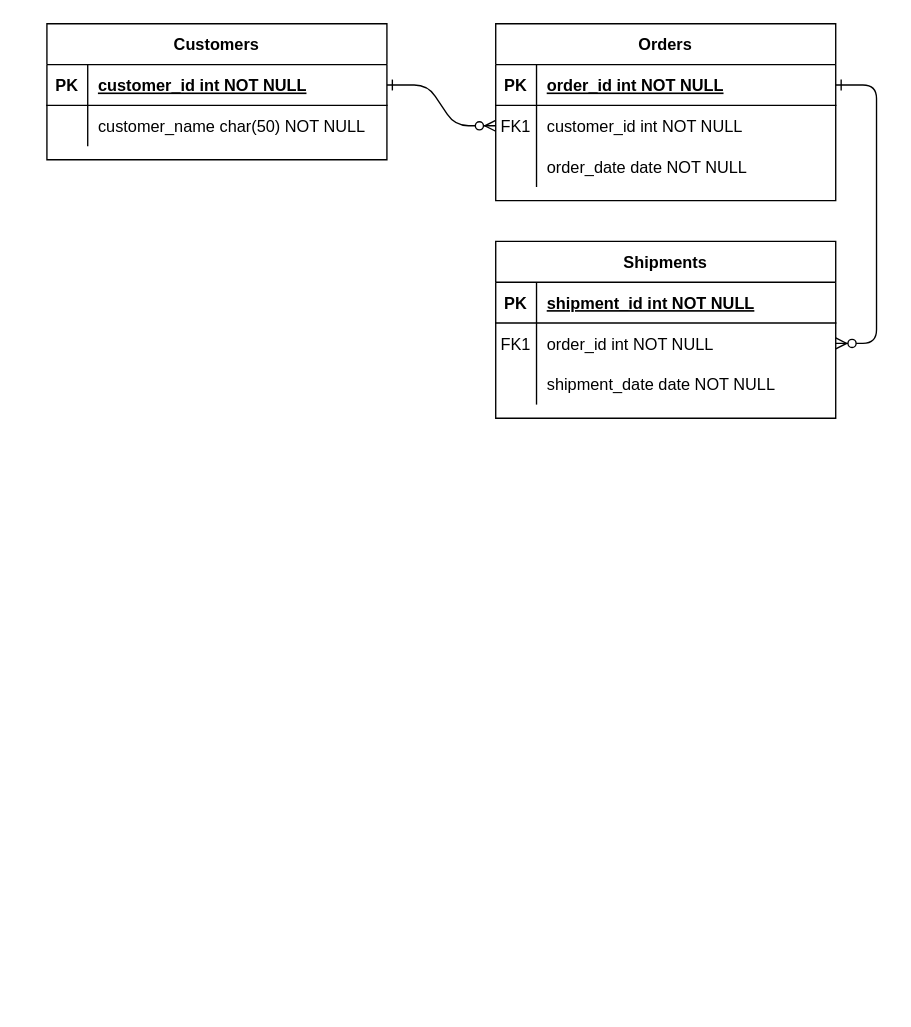
The draw.io diagram week2.drawio in GreenFella/databaseclass, before the edit. Source tidied: cells renumbered, new cells numbered last; positions are measured from the earlier drawing's top-left corner, leaving out a move shared by most shapes. Both pictures are drawn from the tidied source at 136%, with x=0, y=0 at pixel (46, 23).
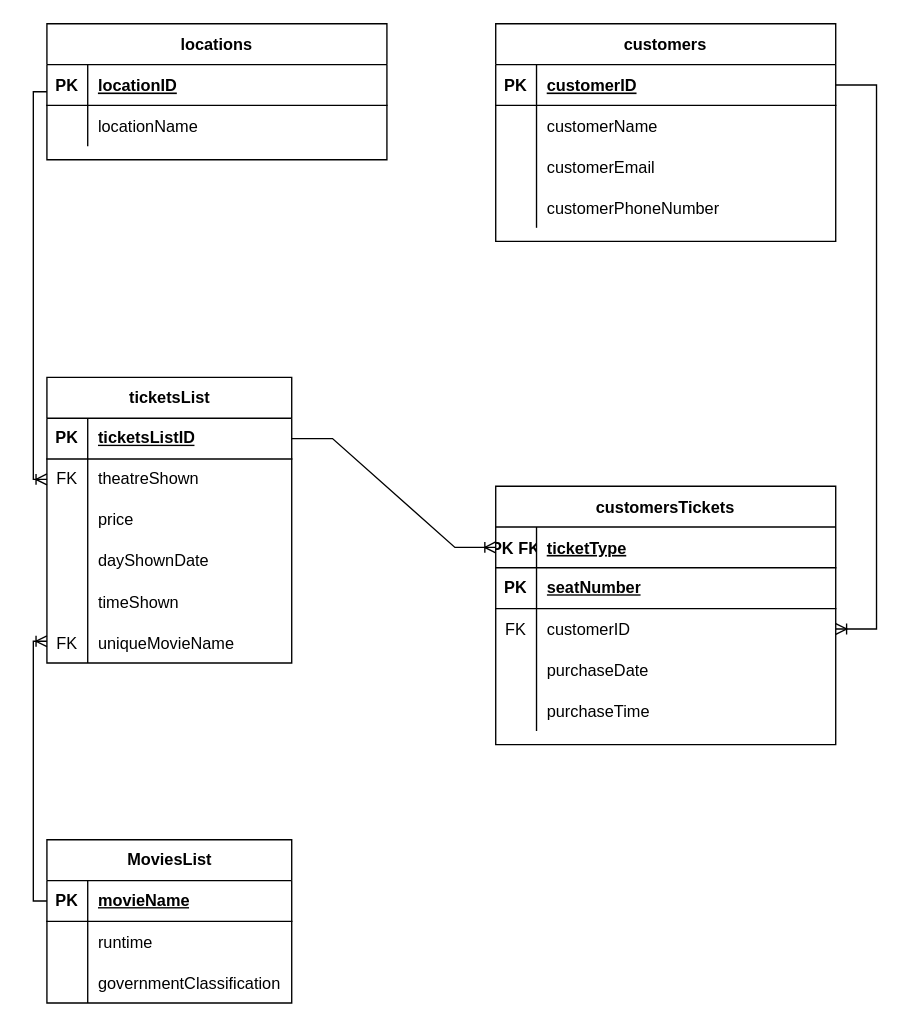
The same page after the edit.

Unchanged cells that the change refers to:
```xml
<mxCell id="5" style="shape=partialRectangle;fillColor=none;points=[[0,0.5],[1,0.5]];portConstraint=eastwest;top=0;left=0;right=0;bottom=1;" parent="4" vertex="1">
  <mxGeometry y="30" width="250" height="30" as="geometry" />
</mxCell>
<mxCell id="8" style="shape=partialRectangle;fillColor=none;points=[[0,0.5],[1,0.5]];portConstraint=eastwest;top=0;left=0;right=0;bottom=0;" parent="4" vertex="1">
  <mxGeometry y="60" width="250" height="30" as="geometry" />
</mxCell>
<mxCell id="11" style="shape=partialRectangle;fillColor=none;top=0;left=0;right=0;bottom=0;" parent="4" vertex="1">
  <mxGeometry y="90" width="250" height="30" as="geometry" />
</mxCell>
<mxCell id="15" style="shape=partialRectangle;fillColor=none;points=[[0,0.5],[1,0.5]];portConstraint=eastwest;top=0;left=0;right=0;bottom=1;" parent="14" vertex="1">
  <mxGeometry y="30" width="250" height="30" as="geometry" />
</mxCell>
<mxCell id="25" style="shape=partialRectangle;fillColor=none;points=[[0,0.5],[1,0.5]];portConstraint=eastwest;top=0;left=0;right=0;bottom=1;" parent="24" vertex="1">
  <mxGeometry y="30" width="250" height="30" as="geometry" />
</mxCell>
<mxCell id="28" style="shape=partialRectangle;fillColor=none;top=0;left=0;right=0;bottom=0;" parent="24" vertex="1">
  <mxGeometry y="60" width="250" height="30" as="geometry" />
</mxCell>
```

What changed in the source:
```diff
@@
-    <mxCell id="2" style="edgeStyle=entityRelationEdgeStyle;endArrow=ERzeroToMany;startArrow=ERone;endFill=1;startFill=0;" parent="1" edge="1" source="25" target="8">
-      <mxGeometry relative="1" as="geometry" />
-    </mxCell>
-    <mxCell id="3" style="edgeStyle=entityRelationEdgeStyle;endArrow=ERzeroToMany;startArrow=ERone;endFill=1;startFill=0;" parent="1" edge="1" source="5" target="18">
-      <mxGeometry relative="1" as="geometry" />
-    </mxCell>
-    <mxCell id="4" value="Orders" style="shape=table;startSize=30;childLayout=tableLayout;rowLines=0;fontStyle=1;align=center;" parent="1" vertex="1">
-      <mxGeometry x="330" width="250" height="130" as="geometry" />
+    <mxCell id="4" value="customers" style="shape=table;startSize=30;childLayout=tableLayout;rowLines=0;fontStyle=1;align=center;" parent="1" vertex="1">
+      <mxGeometry x="330" width="250" height="160" as="geometry" />
     </mxCell>
@@
-    <mxCell id="7" value="order_id int NOT NULL " style="shape=partialRectangle;overflow=hidden;fillColor=none;top=0;left=0;bottom=0;right=0;align=left;spacingLeft=6;fontStyle=5;" parent="5" vertex="1">
+    <mxCell id="7" value="customerID" style="shape=partialRectangle;overflow=hidden;fillColor=none;top=0;left=0;bottom=0;right=0;align=left;spacingLeft=6;fontStyle=5;" parent="5" vertex="1">
       <mxGeometry x="30" width="220" height="30" as="geometry" />
     </mxCell>
@@
-    <mxCell id="9" value="FK1" style="shape=partialRectangle;overflow=hidden;fillColor=none;top=0;left=0;bottom=0;right=0;" parent="8" vertex="1">
+    <mxCell id="9" style="shape=partialRectangle;overflow=hidden;fillColor=none;top=0;left=0;bottom=0;right=0;" parent="8" vertex="1">
       <mxGeometry width="30" height="30" as="geometry" />
     </mxCell>
-    <mxCell id="10" value="customer_id int NOT NULL" style="shape=partialRectangle;overflow=hidden;fillColor=none;top=0;left=0;bottom=0;right=0;align=left;spacingLeft=6;" parent="8" vertex="1">
+    <mxCell id="10" value="customerName" style="shape=partialRectangle;overflow=hidden;fillColor=none;top=0;left=0;bottom=0;right=0;align=left;spacingLeft=6;" parent="8" vertex="1">
       <mxGeometry x="30" width="220" height="30" as="geometry" />
     </mxCell>
@@
-    <mxCell id="13" value="order_date date NOT NULL" style="shape=partialRectangle;overflow=hidden;fillColor=none;top=0;left=0;bottom=0;right=0;align=left;spacingLeft=6;" parent="11" vertex="1">
+    <mxCell id="13" value="customerEmail" style="shape=partialRectangle;overflow=hidden;fillColor=none;top=0;left=0;bottom=0;right=0;align=left;spacingLeft=6;" parent="11" vertex="1">
       <mxGeometry x="30" width="220" height="30" as="geometry" />
     </mxCell>
+    <mxCell id="31" style="shape=tableRow;horizontal=0;startSize=0;swimlaneHead=0;swimlaneBody=0;fillColor=none;top=0;left=0;right=0;bottom=0;" parent="4" vertex="1">
+      <mxGeometry y="120" width="250" height="30" as="geometry" />
+    </mxCell>
+    <mxCell id="32" style="shape=partialRectangle;fillColor=none;top=0;left=0;bottom=0;right=0;overflow=hidden;" parent="31" vertex="1">
+      <mxGeometry width="30" height="30" as="geometry" />
+    </mxCell>
+    <mxCell id="33" value="customerPhoneNumber" style="shape=partialRectangle;fillColor=none;top=0;left=0;bottom=0;right=0;align=left;spacingLeft=6;overflow=hidden;" parent="31" vertex="1">
+      <mxGeometry x="30" width="220" height="30" as="geometry" />
+    </mxCell>
-    <mxCell id="14" value="Shipments" style="shape=table;startSize=30;childLayout=tableLayout;rowLines=0;fontStyle=1;align=center;" parent="1" vertex="1">
-      <mxGeometry x="330" y="160" width="250" height="130" as="geometry" />
+    <mxCell id="14" value="customersTickets" style="shape=table;startSize=30;childLayout=tableLayout;rowLines=0;fontStyle=1;align=center;" parent="1" vertex="1">
+      <mxGeometry x="330" y="340" width="250" height="190" as="geometry" />
     </mxCell>
@@
-    <mxCell id="16" value="PK" style="shape=partialRectangle;overflow=hidden;fillColor=none;top=0;left=0;bottom=0;right=0;fontStyle=1;" parent="15" vertex="1">
+    <mxCell id="16" value="PK FK" style="shape=partialRectangle;overflow=hidden;fillColor=none;top=0;left=0;bottom=0;right=0;fontStyle=1;" parent="15" vertex="1">
       <mxGeometry width="30" height="30" as="geometry" />
     </mxCell>
-    <mxCell id="17" value="shipment_id int NOT NULL " style="shape=partialRectangle;overflow=hidden;fillColor=none;top=0;left=0;bottom=0;right=0;align=left;spacingLeft=6;fontStyle=5;" parent="15" vertex="1">
+    <mxCell id="17" value="ticketType" style="shape=partialRectangle;overflow=hidden;fillColor=none;top=0;left=0;bottom=0;right=0;align=left;spacingLeft=6;fontStyle=5;" parent="15" vertex="1">
       <mxGeometry x="30" width="220" height="30" as="geometry" />
     </mxCell>
+    <mxCell id="34" style="shape=tableRow;horizontal=0;startSize=0;swimlaneHead=0;swimlaneBody=0;fillColor=none;top=0;left=0;right=0;bottom=1;" parent="14" vertex="1">
+      <mxGeometry y="60" width="250" height="30" as="geometry" />
+    </mxCell>
+    <mxCell id="35" value="PK" style="shape=partialRectangle;fillColor=none;top=0;left=0;bottom=0;right=0;fontStyle=1;overflow=hidden;whiteSpace=wrap;html=1;" parent="34" vertex="1">
+      <mxGeometry width="30" height="30" as="geometry" />
+    </mxCell>
+    <mxCell id="36" value="seatNumber" style="shape=partialRectangle;fillColor=none;top=0;left=0;bottom=0;right=0;align=left;spacingLeft=6;fontStyle=5;overflow=hidden;whiteSpace=wrap;html=1;" parent="34" vertex="1">
+      <mxGeometry x="30" width="220" height="30" as="geometry" />
+    </mxCell>
     <mxCell id="18" style="shape=partialRectangle;fillColor=none;points=[[0,0.5],[1,0.5]];portConstraint=eastwest;top=0;left=0;right=0;bottom=0;" parent="14" vertex="1">
-      <mxGeometry y="60" width="250" height="30" as="geometry" />
+      <mxGeometry y="90" width="250" height="30" as="geometry" />
     </mxCell>
-    <mxCell id="19" value="FK1" style="shape=partialRectangle;overflow=hidden;fillColor=none;top=0;left=0;bottom=0;right=0;" parent="18" vertex="1">
+    <mxCell id="19" value="FK" style="shape=partialRectangle;overflow=hidden;fillColor=none;top=0;left=0;bottom=0;right=0;" parent="18" vertex="1">
       <mxGeometry width="30" height="30" as="geometry" />
     </mxCell>
-    <mxCell id="20" value="order_id int NOT NULL" style="shape=partialRectangle;overflow=hidden;fillColor=none;top=0;left=0;bottom=0;right=0;align=left;spacingLeft=6;" parent="18" vertex="1">
+    <mxCell id="20" value="customerID" style="shape=partialRectangle;overflow=hidden;fillColor=none;top=0;left=0;bottom=0;right=0;align=left;spacingLeft=6;" parent="18" vertex="1">
       <mxGeometry x="30" width="220" height="30" as="geometry" />
     </mxCell>
     <mxCell id="21" style="shape=partialRectangle;fillColor=none;top=0;left=0;right=0;bottom=0;" parent="14" vertex="1">
-      <mxGeometry y="90" width="250" height="30" as="geometry" />
+      <mxGeometry y="120" width="250" height="30" as="geometry" />
     </mxCell>
@@
-    <mxCell id="23" value="shipment_date date NOT NULL" style="shape=partialRectangle;overflow=hidden;fillColor=none;top=0;left=0;bottom=0;right=0;align=left;spacingLeft=6;" parent="21" vertex="1">
+    <mxCell id="23" value="purchaseDate" style="shape=partialRectangle;overflow=hidden;fillColor=none;top=0;left=0;bottom=0;right=0;align=left;spacingLeft=6;" parent="21" vertex="1">
       <mxGeometry x="30" width="220" height="30" as="geometry" />
     </mxCell>
+    <mxCell id="37" style="shape=tableRow;horizontal=0;startSize=0;swimlaneHead=0;swimlaneBody=0;fillColor=none;top=0;left=0;right=0;bottom=0;" parent="14" vertex="1">
+      <mxGeometry y="150" width="250" height="30" as="geometry" />
+    </mxCell>
+    <mxCell id="38" style="shape=partialRectangle;fillColor=none;top=0;left=0;bottom=0;right=0;overflow=hidden;" parent="37" vertex="1">
+      <mxGeometry width="30" height="30" as="geometry" />
+    </mxCell>
+    <mxCell id="39" value="purchaseTime" style="shape=partialRectangle;fillColor=none;top=0;left=0;bottom=0;right=0;align=left;spacingLeft=6;overflow=hidden;" parent="37" vertex="1">
+      <mxGeometry x="30" width="220" height="30" as="geometry" />
+    </mxCell>
-    <mxCell id="24" value="Customers" style="shape=table;startSize=30;childLayout=tableLayout;rowLines=0;fontStyle=1;align=center;" parent="1" vertex="1">
+    <mxCell id="24" value="locations" style="shape=table;startSize=30;childLayout=tableLayout;rowLines=0;fontStyle=1;align=center;" parent="1" vertex="1">
       <mxGeometry width="250" height="100" as="geometry" />
     </mxCell>
@@
-    <mxCell id="27" value="customer_id int NOT NULL " style="shape=partialRectangle;overflow=hidden;fillColor=none;top=0;left=0;bottom=0;right=0;align=left;spacingLeft=6;fontStyle=5;" parent="25" vertex="1">
+    <mxCell id="27" value="locationID" style="shape=partialRectangle;overflow=hidden;fillColor=none;top=0;left=0;bottom=0;right=0;align=left;spacingLeft=6;fontStyle=5;" parent="25" vertex="1">
       <mxGeometry x="30" width="220" height="30" as="geometry" />
     </mxCell>
@@
-    <mxCell id="30" value="customer_name char(50) NOT NULL" style="shape=partialRectangle;overflow=hidden;fillColor=none;top=0;left=0;bottom=0;right=0;align=left;spacingLeft=6;" parent="28" vertex="1">
+    <mxCell id="30" value="locationName" style="shape=partialRectangle;overflow=hidden;fillColor=none;top=0;left=0;bottom=0;right=0;align=left;spacingLeft=6;" parent="28" vertex="1">
       <mxGeometry x="30" width="220" height="30" as="geometry" />
     </mxCell>
+    <mxCell id="40" value="ticketsList" style="shape=table;startSize=30;childLayout=tableLayout;rowLines=0;fontStyle=1;align=center;html=1;" parent="1" vertex="1">
+      <mxGeometry y="260" width="180" height="210" as="geometry" />
+    </mxCell>
+    <mxCell id="41" style="shape=tableRow;horizontal=0;startSize=0;swimlaneHead=0;swimlaneBody=0;fillColor=none;points=[[0,0.5],[1,0.5]];portConstraint=eastwest;top=0;left=0;right=0;bottom=1;" parent="40" vertex="1">
+      <mxGeometry y="30" width="180" height="30" as="geometry" />
+    </mxCell>
+    <mxCell id="42" value="PK" style="shape=partialRectangle;fillColor=none;top=0;left=0;bottom=0;right=0;fontStyle=1;overflow=hidden;whiteSpace=wrap;html=1;" parent="41" vertex="1">
+      <mxGeometry width="30" height="30" as="geometry" />
+    </mxCell>
+    <mxCell id="43" value="ticketsListID" style="shape=partialRectangle;fillColor=none;top=0;left=0;bottom=0;right=0;align=left;spacingLeft=6;fontStyle=5;overflow=hidden;whiteSpace=wrap;html=1;" parent="41" vertex="1">
+      <mxGeometry x="30" width="150" height="30" as="geometry" />
+    </mxCell>
+    <mxCell id="44" style="shape=tableRow;horizontal=0;startSize=0;swimlaneHead=0;swimlaneBody=0;fillColor=none;points=[[0,0.5],[1,0.5]];portConstraint=eastwest;top=0;left=0;right=0;bottom=0;" parent="40" vertex="1">
+      <mxGeometry y="60" width="180" height="30" as="geometry" />
+    </mxCell>
+    <mxCell id="45" value="FK" style="shape=partialRectangle;fillColor=none;top=0;left=0;bottom=0;right=0;fontStyle=0;overflow=hidden;whiteSpace=wrap;html=1;" parent="44" vertex="1">
+      <mxGeometry width="30" height="30" as="geometry" />
+    </mxCell>
+    <mxCell id="46" value="theatreShown" style="shape=partialRectangle;fillColor=none;top=0;left=0;bottom=0;right=0;align=left;spacingLeft=6;fontStyle=0;overflow=hidden;whiteSpace=wrap;html=1;" parent="44" vertex="1">
+      <mxGeometry x="30" width="150" height="30" as="geometry" />
+    </mxCell>
+    <mxCell id="47" style="shape=tableRow;horizontal=0;startSize=0;swimlaneHead=0;swimlaneBody=0;fillColor=none;top=0;left=0;right=0;bottom=0;" parent="40" vertex="1">
+      <mxGeometry y="90" width="180" height="30" as="geometry" />
+    </mxCell>
+    <mxCell id="48" style="shape=partialRectangle;fillColor=none;top=0;left=0;bottom=0;right=0;overflow=hidden;whiteSpace=wrap;html=1;" parent="47" vertex="1">
+      <mxGeometry width="30" height="30" as="geometry" />
+    </mxCell>
+    <mxCell id="49" value="price" style="shape=partialRectangle;fillColor=none;top=0;left=0;bottom=0;right=0;align=left;spacingLeft=6;overflow=hidden;whiteSpace=wrap;html=1;" parent="47" vertex="1">
+      <mxGeometry x="30" width="150" height="30" as="geometry" />
+    </mxCell>
+    <mxCell id="50" style="shape=tableRow;horizontal=0;startSize=0;swimlaneHead=0;swimlaneBody=0;fillColor=none;top=0;left=0;right=0;bottom=0;" parent="40" vertex="1">
+      <mxGeometry y="120" width="180" height="30" as="geometry" />
+    </mxCell>
+    <mxCell id="51" style="shape=partialRectangle;fillColor=none;top=0;left=0;bottom=0;right=0;overflow=hidden;whiteSpace=wrap;html=1;" parent="50" vertex="1">
+      <mxGeometry width="30" height="30" as="geometry" />
+    </mxCell>
+    <mxCell id="52" value="dayShownDate" style="shape=partialRectangle;fillColor=none;top=0;left=0;bottom=0;right=0;align=left;spacingLeft=6;overflow=hidden;whiteSpace=wrap;html=1;" parent="50" vertex="1">
+      <mxGeometry x="30" width="150" height="30" as="geometry" />
+    </mxCell>
+    <mxCell id="53" style="shape=tableRow;horizontal=0;startSize=0;swimlaneHead=0;swimlaneBody=0;fillColor=none;top=0;left=0;right=0;bottom=0;" parent="40" vertex="1">
+      <mxGeometry y="150" width="180" height="30" as="geometry" />
+    </mxCell>
+    <mxCell id="54" style="shape=partialRectangle;fillColor=none;top=0;left=0;bottom=0;right=0;overflow=hidden;" parent="53" vertex="1">
+      <mxGeometry width="30" height="30" as="geometry" />
+    </mxCell>
+    <mxCell id="55" value="timeShown" style="shape=partialRectangle;fillColor=none;top=0;left=0;bottom=0;right=0;align=left;spacingLeft=6;overflow=hidden;" parent="53" vertex="1">
+      <mxGeometry x="30" width="150" height="30" as="geometry" />
+    </mxCell>
+    <mxCell id="56" style="shape=tableRow;horizontal=0;startSize=0;swimlaneHead=0;swimlaneBody=0;fillColor=none;top=0;left=0;right=0;bottom=0;" parent="40" vertex="1">
+      <mxGeometry y="180" width="180" height="30" as="geometry" />
+    </mxCell>
+    <mxCell id="57" value="FK" style="shape=partialRectangle;fillColor=none;top=0;left=0;bottom=0;right=0;overflow=hidden;" parent="56" vertex="1">
+      <mxGeometry width="30" height="30" as="geometry" />
+    </mxCell>
+    <mxCell id="58" value="uniqueMovieName" style="shape=partialRectangle;fillColor=none;top=0;left=0;bottom=0;right=0;align=left;spacingLeft=6;overflow=hidden;" parent="56" vertex="1">
+      <mxGeometry x="30" width="150" height="30" as="geometry" />
+    </mxCell>
+    <mxCell id="3" style="edgeStyle=entityRelationEdgeStyle;fontSize=12;html=1;endArrow=ERoneToMany;rounded=0;exitX=1;exitY=0.5;exitDx=0;exitDy=0;entryX=1;entryY=0.5;entryDx=0;entryDy=0;" parent="1" edge="1" source="5" target="18">
+      <mxGeometry relative="1" as="geometry" />
+    </mxCell>
+    <mxCell id="59" style="edgeStyle=entityRelationEdgeStyle;fontSize=12;html=1;endArrow=ERoneToMany;rounded=0;exitX=1;exitY=0.5;exitDx=0;exitDy=0;" parent="1" edge="1" source="41" target="15">
+      <mxGeometry relative="1" as="geometry" />
+    </mxCell>
+    <mxCell id="60" style="fontSize=12;html=1;endArrow=ERoneToMany;rounded=0;entryX=0;entryY=0.5;entryDx=0;entryDy=0;edgeStyle=orthogonalEdgeStyle;exitX=0;exitY=0.5;exitDx=0;exitDy=0;" parent="1" edge="1" source="24" target="44">
+      <mxGeometry relative="1" as="geometry" />
+    </mxCell>
+    <mxCell id="61" value="MoviesList" style="shape=table;startSize=30;childLayout=tableLayout;rowLines=0;fontStyle=1;align=center;html=1;" parent="1" vertex="1">
+      <mxGeometry y="600" width="180" height="120" as="geometry" />
+    </mxCell>
+    <mxCell id="62" style="shape=tableRow;horizontal=0;startSize=0;swimlaneHead=0;swimlaneBody=0;fillColor=none;points=[[0,0.5],[1,0.5]];portConstraint=eastwest;top=0;left=0;right=0;bottom=1;" parent="61" vertex="1">
+      <mxGeometry y="30" width="180" height="30" as="geometry" />
+    </mxCell>
+    <mxCell id="63" value="PK" style="shape=partialRectangle;fillColor=none;top=0;left=0;bottom=0;right=0;fontStyle=1;overflow=hidden;whiteSpace=wrap;html=1;" parent="62" vertex="1">
+      <mxGeometry width="30" height="30" as="geometry" />
+    </mxCell>
+    <mxCell id="64" value="movieName" style="shape=partialRectangle;fillColor=none;top=0;left=0;bottom=0;right=0;align=left;spacingLeft=6;fontStyle=5;overflow=hidden;whiteSpace=wrap;html=1;" parent="62" vertex="1">
+      <mxGeometry x="30" width="150" height="30" as="geometry" />
+    </mxCell>
+    <mxCell id="65" style="shape=tableRow;horizontal=0;startSize=0;swimlaneHead=0;swimlaneBody=0;fillColor=none;top=0;left=0;right=0;bottom=0;" parent="61" vertex="1">
+      <mxGeometry y="60" width="180" height="30" as="geometry" />
+    </mxCell>
+    <mxCell id="66" style="shape=partialRectangle;fillColor=none;top=0;left=0;bottom=0;right=0;overflow=hidden;" parent="65" vertex="1">
+      <mxGeometry width="30" height="30" as="geometry" />
+    </mxCell>
+    <mxCell id="67" value="runtime" style="shape=partialRectangle;fillColor=none;top=0;left=0;bottom=0;right=0;align=left;spacingLeft=6;overflow=hidden;" parent="65" vertex="1">
+      <mxGeometry x="30" width="150" height="30" as="geometry" />
+    </mxCell>
+    <mxCell id="68" style="shape=tableRow;horizontal=0;startSize=0;swimlaneHead=0;swimlaneBody=0;fillColor=none;top=0;left=0;right=0;bottom=0;" parent="61" vertex="1">
+      <mxGeometry y="90" width="180" height="30" as="geometry" />
+    </mxCell>
+    <mxCell id="69" style="shape=partialRectangle;fillColor=none;top=0;left=0;bottom=0;right=0;overflow=hidden;" parent="68" vertex="1">
+      <mxGeometry width="30" height="30" as="geometry" />
+    </mxCell>
+    <mxCell id="70" value="governmentClassification" style="shape=partialRectangle;fillColor=none;top=0;left=0;bottom=0;right=0;align=left;spacingLeft=6;overflow=hidden;" parent="68" vertex="1">
+      <mxGeometry x="30" width="150" height="30" as="geometry" />
+    </mxCell>
+    <mxCell id="71" style="fontSize=12;html=1;endArrow=ERoneToMany;rounded=0;exitX=0;exitY=0.5;exitDx=0;exitDy=0;edgeStyle=orthogonalEdgeStyle;" parent="1" edge="1" source="62">
+      <mxGeometry relative="1" as="geometry">
+        <mxPoint y="454" as="targetPoint" />
+        <Array as="points">
+          <mxPoint x="-10" y="645" />
+          <mxPoint x="-10" y="454" />
+        </Array>
+      </mxGeometry>
+    </mxCell>
```
